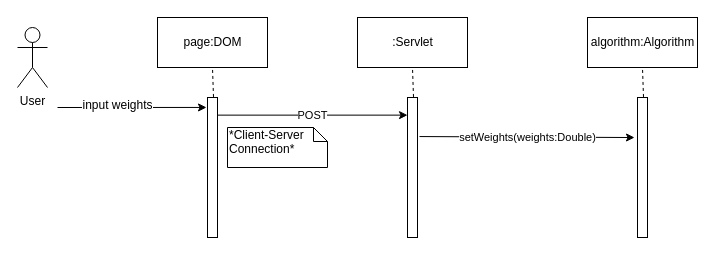
Above: Presentation/modifiableDocuments/36. The GUI will provide the user the ability to specify any weights, preferences or factors.drawio in Randypaquette13/CSE308New (draw.io), before the change. Source tidied: cells renumbered, new cells numbered last; positions are measured from the earlier drawing's top-left corner, leaving out a move shared by most shapes. Both pictures are drawn from the tidied source at 100%, with x=0, y=0 at pixel (17, 17).
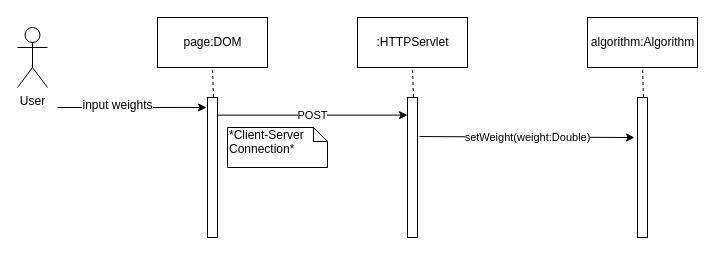
The same page after the edit.

Change to the diagram source:
```diff
@@
 <mxGraphModel>
   <root>
     <mxCell id="0" />
     <mxCell id="1" parent="0" />
     <mxCell id="2" value="User" style="shape=umlActor;verticalLabelPosition=bottom;labelBackgroundColor=#ffffff;verticalAlign=top;html=1;" parent="1" vertex="1">
       <mxGeometry y="10" width="30" height="60" as="geometry" />
     </mxCell>
     <mxCell id="3" style="endArrow=classic;html=1;entryX=-0.1;entryY=0.071;entryDx=0;entryDy=0;entryPerimeter=0;" parent="1" edge="1" target="5">
       <mxGeometry relative="1" as="geometry">
         <mxPoint x="40" y="90" as="sourcePoint" />
       </mxGeometry>
     </mxCell>
     <mxCell id="4" value="input weights" style="text;html=1;align=center;verticalAlign=middle;labelBackgroundColor=#ffffff;" parent="3" vertex="1">
       <mxGeometry x="-0.2" y="2" relative="1" as="geometry" />
     </mxCell>
     <mxCell id="5" style="html=1;points=[];perimeter=orthogonalPerimeter;" parent="1" vertex="1">
       <mxGeometry x="190" y="80" width="10" height="140" as="geometry" />
     </mxCell>
     <mxCell id="6" value="page:DOM" style="html=1;" parent="1" vertex="1">
       <mxGeometry x="140" width="110" height="50" as="geometry" />
     </mxCell>
     <mxCell id="7" style="endArrow=none;dashed=1;html=1;entryX=0.5;entryY=1;entryDx=0;entryDy=0;exitX=0.6;exitY=-0.004;exitDx=0;exitDy=0;exitPerimeter=0;" parent="1" edge="1" source="5" target="6">
       <mxGeometry relative="1" as="geometry" />
     </mxCell>
     <mxCell id="8" style="html=1;points=[];perimeter=orthogonalPerimeter;" parent="1" vertex="1">
       <mxGeometry x="390" y="80" width="10" height="140" as="geometry" />
     </mxCell>
-    <mxCell id="9" value=":Servlet" style="html=1;" parent="1" vertex="1">
+    <mxCell id="9" value=":HTTPServlet" style="html=1;" parent="1" vertex="1">
       <mxGeometry x="340" width="110" height="50" as="geometry" />
     </mxCell>
     <mxCell id="10" style="endArrow=none;dashed=1;html=1;entryX=0.5;entryY=1;entryDx=0;entryDy=0;exitX=0.6;exitY=-0.004;exitDx=0;exitDy=0;exitPerimeter=0;" parent="1" edge="1" source="8" target="9">
       <mxGeometry relative="1" as="geometry" />
     </mxCell>
     <mxCell id="11" value="POST" style="endArrow=classic;html=1;exitX=1;exitY=0.126;exitDx=0;exitDy=0;exitPerimeter=0;" parent="1" edge="1" source="5" target="8">
       <mxGeometry relative="1" as="geometry" />
     </mxCell>
     <mxCell id="12" style="html=1;points=[];perimeter=orthogonalPerimeter;" parent="1" vertex="1">
       <mxGeometry x="620" y="80" width="10" height="140" as="geometry" />
     </mxCell>
     <mxCell id="13" value="algorithm:Algorithm" style="html=1;" parent="1" vertex="1">
       <mxGeometry x="570" width="110" height="50" as="geometry" />
     </mxCell>
     <mxCell id="14" style="endArrow=none;dashed=1;html=1;entryX=0.5;entryY=1;entryDx=0;entryDy=0;exitX=0.6;exitY=-0.004;exitDx=0;exitDy=0;exitPerimeter=0;" parent="1" edge="1" source="12" target="13">
       <mxGeometry relative="1" as="geometry" />
     </mxCell>
-    <mxCell id="15" value="setWeights(weights:Double)" style="endArrow=classic;html=1;exitX=1.2;exitY=0.279;exitDx=0;exitDy=0;exitPerimeter=0;entryX=-0.3;entryY=0.286;entryDx=0;entryDy=0;entryPerimeter=0;" parent="1" edge="1" source="8" target="12">
+    <mxCell id="15" value="setWeight(weight:Double)" style="endArrow=classic;html=1;exitX=1.2;exitY=0.279;exitDx=0;exitDy=0;exitPerimeter=0;entryX=-0.3;entryY=0.286;entryDx=0;entryDy=0;entryPerimeter=0;" parent="1" edge="1" source="8" target="12">
       <mxGeometry relative="1" as="geometry" />
     </mxCell>
     <mxCell id="16" value="*Client-Server Connection*" style="shape=note;whiteSpace=wrap;html=1;size=14;verticalAlign=top;align=left;spacingTop=-6;" parent="1" vertex="1">
       <mxGeometry x="210" y="110" width="100" height="40" as="geometry" />
     </mxCell>
   </root>
 </mxGraphModel>
```
